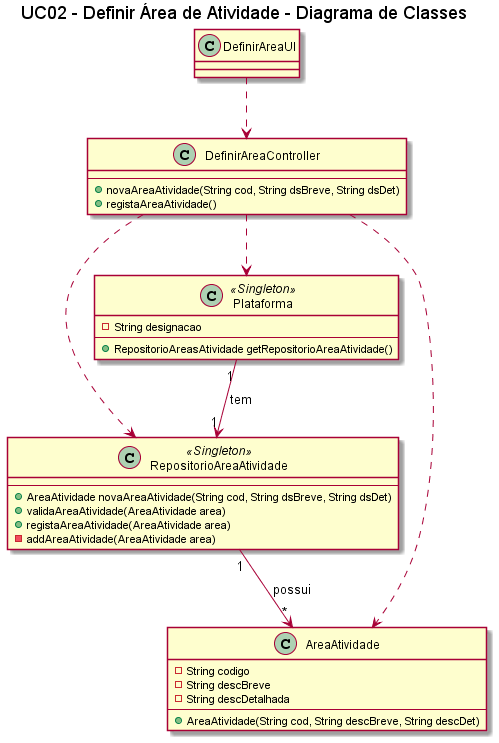
Earlier version of the PlantUML export Documentação/Sprint 2/UC02_Definir_Area_Atividade/UC02_Definir_Area_Atividade_Diagrama_Classes.png (blestonbandeiraUPSKILL/upskill_java1_labprg_grupo2).
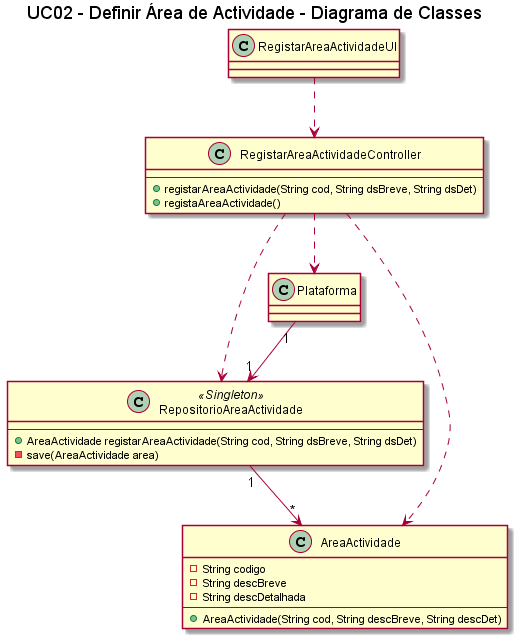
Above is the later version.

Diff of the diagram source:
```diff
@@ -1,42 +1,35 @@
 @startuml
-title UC02 - Definir Área de Atividade - Diagrama de Classes
+title UC02 - Definir Área de Actividade - Diagrama de Classes
 
-class DefinirAreaUI {
+class RegistarAreaActividadeUI {
 }
 
-class DefinirAreaController {
+class RegistarAreaActividadeController {
     --
-    +novaAreaAtividade(String cod, String dsBreve, String dsDet)
-    +registaAreaAtividade()
+    +registarAreaActividade(String cod, String dsBreve, String dsDet)
+    +registaAreaActividade()
 }
 
-class RepositorioAreaAtividade <<Singleton>>{
+class RepositorioAreaActividade <<Singleton>>{
     --
-    +AreaAtividade novaAreaAtividade(String cod, String dsBreve, String dsDet)
-    +validaAreaAtividade(AreaAtividade area)
-    +registaAreaAtividade(AreaAtividade area)
-    -addAreaAtividade(AreaAtividade area)
+    +AreaActividade registarAreaActividade(String cod, String dsBreve, String dsDet)
+    -save(AreaActividade area)
     }
 
-class Plataforma <<Singleton>>{
-    -String designacao
-    --
-    +RepositorioAreasAtividade getRepositorioAreaAtividade()
-}
 
-class AreaAtividade {
+class AreaActividade {
     -String codigo
     -String descBreve
     -String descDetalhada
     --
-    +AreaAtividade(String cod, String descBreve, String descDet)
+    +AreaActividade(String cod, String descBreve, String descDet)
 }
 
-DefinirAreaUI ..> DefinirAreaController
-DefinirAreaController ..> AreaAtividade
-DefinirAreaController ..> Plataforma
-DefinirAreaController ..> RepositorioAreaAtividade
-Plataforma "1"-->"1" RepositorioAreaAtividade : tem
-RepositorioAreaAtividade "1"-->"*" AreaAtividade : possui
+RegistarAreaActividadeUI ..> RegistarAreaActividadeController
+RegistarAreaActividadeController ..> AreaActividade
+RegistarAreaActividadeController ..> Plataforma
+RegistarAreaActividadeController ..> RepositorioAreaActividade
+Plataforma "1"-->"1" RepositorioAreaActividade
+RepositorioAreaActividade "1"-->"*" AreaActividade
 
 @enduml
```
